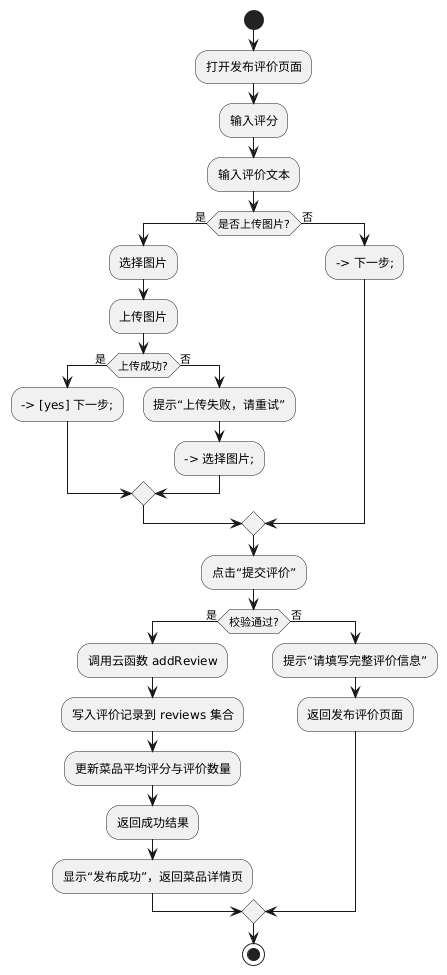
Above: docs/评价发布活动图.png in Sylver-W/What2Eat (PlantUML), before the change. Source of this version:
```plantuml
@startuml
start

:打开发布评价页面;
:输入评分;
:输入评价文本;

if (是否上传图片?) then (是)
  :选择图片;
  :上传图片;
  if (上传成功?) then (是)
    --> [yes] 下一步;
  else (否)
    :提示“上传失败，请重试”;
    --> 选择图片;
  endif
else (否)
  --> 下一步;
endif

:点击“提交评价”;

if (校验通过?) then (是)
  :调用云函数 addReview;
  :写入评价记录到 reviews 集合;
  :更新菜品平均评分与评价数量;
  :返回成功结果;
  :显示“发布成功”，返回菜品详情页;
else (否)
  :提示“请填写完整评价信息”;
  :返回发布评价页面;
endif

stop
@enduml
```
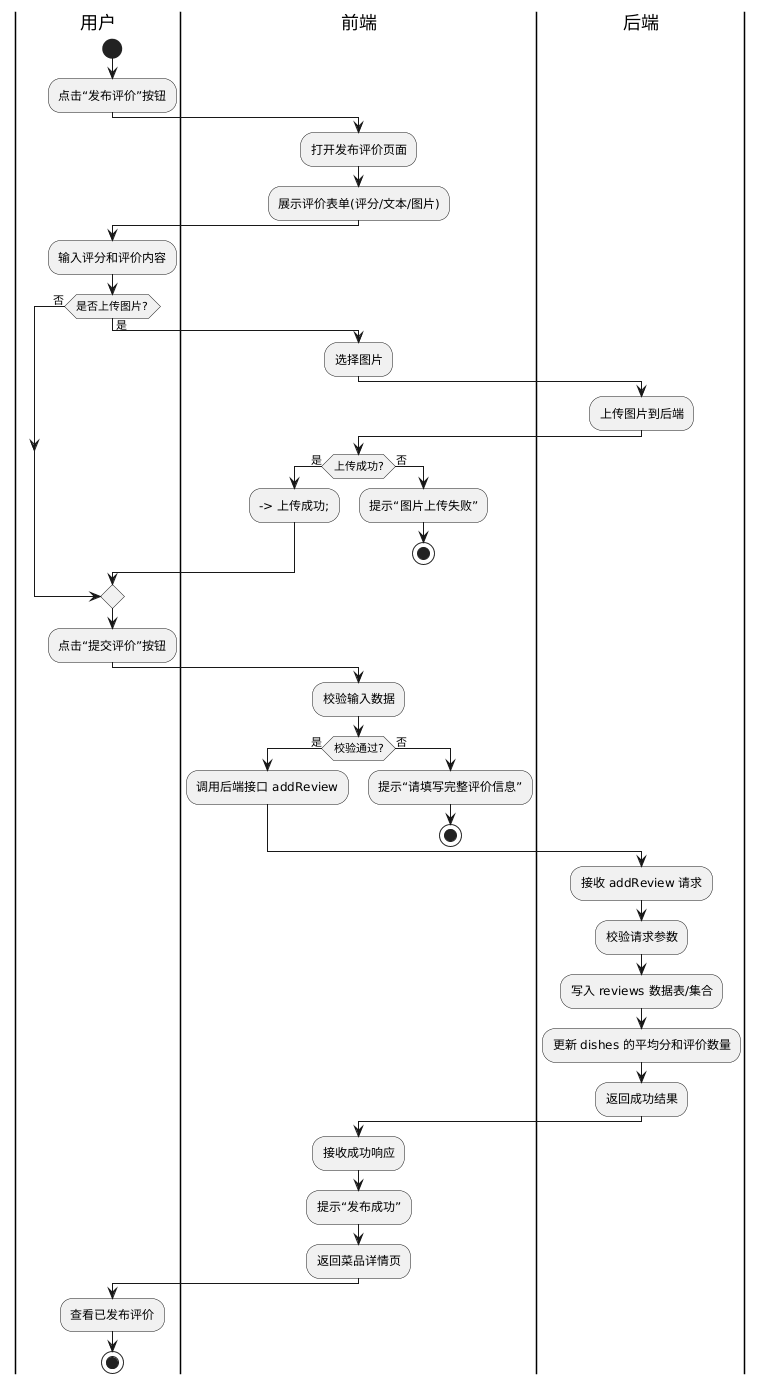
The same diagram one commit later.

Commit message:
需求分析：完成活动图和时序图设计

Diff of the diagram source:
```diff
@@ -1,35 +1,56 @@
 @startuml
+|用户|
 start
+:点击“发布评价”按钮;
 
+|前端|
 :打开发布评价页面;
-:输入评分;
-:输入评价文本;
+:展示评价表单(评分/文本/图片);
+
+|用户|
+:输入评分和评价内容;
 
 if (是否上传图片?) then (是)
+  |前端|
   :选择图片;
-  :上传图片;
+  |后端|
+  :上传图片到后端;
+  |前端|
   if (上传成功?) then (是)
-    --> [yes] 下一步;
+    --> 上传成功;
   else (否)
-    :提示“上传失败，请重试”;
-    --> 选择图片;
+    :提示“图片上传失败”;
+    stop
   endif
 else (否)
-  --> 下一步;
 endif
 
-:点击“提交评价”;
+|用户|
+:点击“提交评价”按钮;
 
+|前端|
+:校验输入数据;
 if (校验通过?) then (是)
-  :调用云函数 addReview;
-  :写入评价记录到 reviews 集合;
-  :更新菜品平均评分与评价数量;
-  :返回成功结果;
-  :显示“发布成功”，返回菜品详情页;
+  :调用后端接口 addReview;
 else (否)
   :提示“请填写完整评价信息”;
-  :返回发布评价页面;
+  stop
 endif
+
+|后端|
+:接收 addReview 请求;
+:校验请求参数;
+:写入 reviews 数据表/集合;
+:更新 dishes 的平均分和评价数量;
+:返回成功结果;
+
+|前端|
+:接收成功响应;
+:提示“发布成功”;
+:返回菜品详情页;
+
+|用户|
+:查看已发布评价;
 
 stop
 @enduml
```
